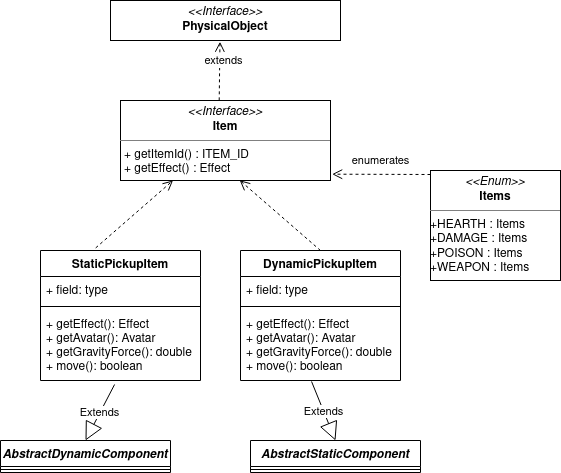
Above: relazione/img/item.png in Pensilina14/bullet-ballet (draw.io), before the change. Source tidied: cells renumbered, new cells last; positions are measured from the earlier drawing's top-left corner, leaving out a move shared by most shapes.
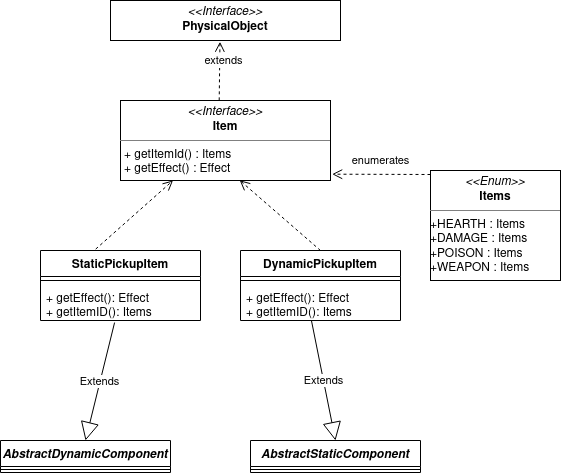
The same diagram one commit later.

Commit message:
write Design personal part on project report

The edit, as a diff of the source:
```diff
@@ -2,7 +2,7 @@
   <root>
     <mxCell id="0" />
     <mxCell id="1" parent="0" />
-    <mxCell id="2" value="&lt;p style=&quot;margin: 0px ; margin-top: 4px ; text-align: center&quot;&gt;&lt;i&gt;&amp;lt;&amp;lt;Interface&amp;gt;&amp;gt;&lt;/i&gt;&lt;br&gt;&lt;b&gt;Item&lt;/b&gt;&lt;/p&gt;&lt;hr size=&quot;1&quot;&gt;&lt;p style=&quot;margin: 0px ; margin-left: 4px&quot;&gt;+ getItemId() : ITEM_ID&lt;span&gt;&lt;br&gt;&lt;/span&gt;&lt;/p&gt;&lt;p style=&quot;margin: 0px ; margin-left: 4px&quot;&gt;&lt;span&gt;+ getEffect() : Effect&lt;/span&gt;&lt;/p&gt;&lt;p style=&quot;margin: 0px ; margin-left: 4px&quot;&gt;&lt;br&gt;&lt;/p&gt;" style="verticalAlign=top;align=left;overflow=fill;fontSize=12;fontFamily=Helvetica;html=1;" parent="1" vertex="1">
+    <mxCell id="2" value="&lt;p style=&quot;margin: 0px ; margin-top: 4px ; text-align: center&quot;&gt;&lt;i&gt;&amp;lt;&amp;lt;Interface&amp;gt;&amp;gt;&lt;/i&gt;&lt;br&gt;&lt;b&gt;Item&lt;/b&gt;&lt;/p&gt;&lt;hr size=&quot;1&quot;&gt;&lt;p style=&quot;margin: 0px ; margin-left: 4px&quot;&gt;+ getItemId() : Items&lt;span&gt;&lt;br&gt;&lt;/span&gt;&lt;/p&gt;&lt;p style=&quot;margin: 0px ; margin-left: 4px&quot;&gt;&lt;span&gt;+ getEffect() : Effect&lt;/span&gt;&lt;/p&gt;&lt;p style=&quot;margin: 0px ; margin-left: 4px&quot;&gt;&lt;br&gt;&lt;/p&gt;" style="verticalAlign=top;align=left;overflow=fill;fontSize=12;fontFamily=Helvetica;html=1;" parent="1" vertex="1">
       <mxGeometry x="120" y="100" width="210" height="80" as="geometry" />
     </mxCell>
     <mxCell id="3" value="&lt;p style=&quot;margin: 0px ; margin-top: 4px ; text-align: center&quot;&gt;&lt;i&gt;&amp;lt;&amp;lt;Enum&amp;gt;&amp;gt;&lt;/i&gt;&lt;br&gt;&lt;b&gt;Items&lt;/b&gt;&lt;/p&gt;&lt;hr size=&quot;1&quot;&gt;&lt;div&gt;+HEARTH : Items&lt;/div&gt;&lt;div&gt;+DAMAGE : Items&lt;/div&gt;&lt;div&gt;+POISON : Items&lt;/div&gt;&lt;div&gt;+WEAPON : Items&lt;br&gt;&lt;/div&gt;&lt;div&gt;&lt;br&gt;&lt;/div&gt;&lt;div&gt;&lt;br&gt;&lt;/div&gt;&lt;p style=&quot;margin: 0px ; margin-left: 4px&quot;&gt;&lt;br&gt;&lt;/p&gt;" style="verticalAlign=top;align=left;overflow=fill;fontSize=12;fontFamily=Helvetica;html=1;" parent="1" vertex="1">
@@ -20,31 +20,25 @@
       <mxGeometry x="0.02" y="-4" relative="1" as="geometry" />
     </mxCell>
     <mxCell id="7" value="DynamicPickupItem" style="swimlane;fontStyle=1;align=center;verticalAlign=top;horizontal=1;startSize=26;" parent="1" vertex="1">
-      <mxGeometry x="240" y="250" width="160" height="130" as="geometry" />
+      <mxGeometry x="240" y="250" width="160" height="70" as="geometry" />
     </mxCell>
-    <mxCell id="8" value="+ field: type" style="text;strokeColor=none;fillColor=none;align=left;verticalAlign=top;spacingLeft=4;spacingRight=4;overflow=hidden;" parent="7" vertex="1">
-      <mxGeometry y="26" width="160" height="26" as="geometry" />
-    </mxCell>
     <mxCell id="9" style="line;strokeWidth=1;fillColor=none;align=left;verticalAlign=middle;spacingTop=-1;spacingLeft=3;spacingRight=3;labelPosition=right;" parent="7" vertex="1">
-      <mxGeometry y="52" width="160" height="8" as="geometry" />
+      <mxGeometry y="26" width="160" height="8" as="geometry" />
     </mxCell>
-    <mxCell id="10" value="+ getEffect(): Effect&#10;+ getAvatar(): Avatar&#10;+ getGravityForce(): double&#10;+ move(): boolean&#10;" style="text;strokeColor=none;fillColor=none;align=left;verticalAlign=top;spacingLeft=4;spacingRight=4;overflow=hidden;points=[[0,0.5],[1,0.5]];portConstraint=eastwest;" parent="7" vertex="1">
-      <mxGeometry y="60" width="160" height="70" as="geometry" />
+    <mxCell id="10" value="+ getEffect(): Effect&#10;+ getItemID(): Items&#10;&#10;" style="text;strokeColor=none;fillColor=none;align=left;verticalAlign=top;spacingLeft=4;spacingRight=4;overflow=hidden;points=[[0,0.5],[1,0.5]];portConstraint=eastwest;" parent="7" vertex="1">
+      <mxGeometry y="34" width="160" height="36" as="geometry" />
     </mxCell>
     <mxCell id="11" style="html=1;verticalAlign=bottom;endArrow=open;dashed=1;endSize=8;entryX=0.568;entryY=0.998;entryDx=0;entryDy=0;entryPerimeter=0;exitX=0.5;exitY=0;exitDx=0;exitDy=0;" parent="1" edge="1" source="7" target="2">
       <mxGeometry x="0.02" y="-4" relative="1" as="geometry" />
     </mxCell>
     <mxCell id="12" value="StaticPickupItem" style="swimlane;fontStyle=1;align=center;verticalAlign=top;horizontal=1;startSize=26;" parent="1" vertex="1">
-      <mxGeometry x="40" y="250" width="160" height="130" as="geometry" />
+      <mxGeometry x="40" y="250" width="160" height="70" as="geometry" />
     </mxCell>
-    <mxCell id="13" value="+ field: type" style="text;strokeColor=none;fillColor=none;align=left;verticalAlign=top;spacingLeft=4;spacingRight=4;overflow=hidden;" parent="12" vertex="1">
-      <mxGeometry y="26" width="160" height="26" as="geometry" />
-    </mxCell>
     <mxCell id="14" style="line;strokeWidth=1;fillColor=none;align=left;verticalAlign=middle;spacingTop=-1;spacingLeft=3;spacingRight=3;labelPosition=right;" parent="12" vertex="1">
-      <mxGeometry y="52" width="160" height="8" as="geometry" />
+      <mxGeometry y="26" width="160" height="8" as="geometry" />
     </mxCell>
-    <mxCell id="15" value="+ getEffect(): Effect&#10;+ getAvatar(): Avatar&#10;+ getGravityForce(): double&#10;+ move(): boolean&#10;" style="text;strokeColor=none;fillColor=none;align=left;verticalAlign=top;spacingLeft=4;spacingRight=4;overflow=hidden;points=[[0,0.5],[1,0.5]];portConstraint=eastwest;" parent="12" vertex="1">
-      <mxGeometry y="60" width="160" height="70" as="geometry" />
+    <mxCell id="15" value="+ getEffect(): Effect&#10;+ getItemID(): Items&#10;" style="text;strokeColor=none;fillColor=none;align=left;verticalAlign=top;spacingLeft=4;spacingRight=4;overflow=hidden;points=[[0,0.5],[1,0.5]];portConstraint=eastwest;" parent="12" vertex="1">
+      <mxGeometry y="34" width="160" height="36" as="geometry" />
     </mxCell>
     <mxCell id="16" style="html=1;verticalAlign=bottom;endArrow=open;dashed=1;endSize=8;entryX=0.25;entryY=1;entryDx=0;entryDy=0;exitX=0.345;exitY=-0.02;exitDx=0;exitDy=0;exitPerimeter=0;" parent="1" edge="1" source="12" target="2">
       <mxGeometry x="0.02" y="-4" relative="1" as="geometry" />
```
